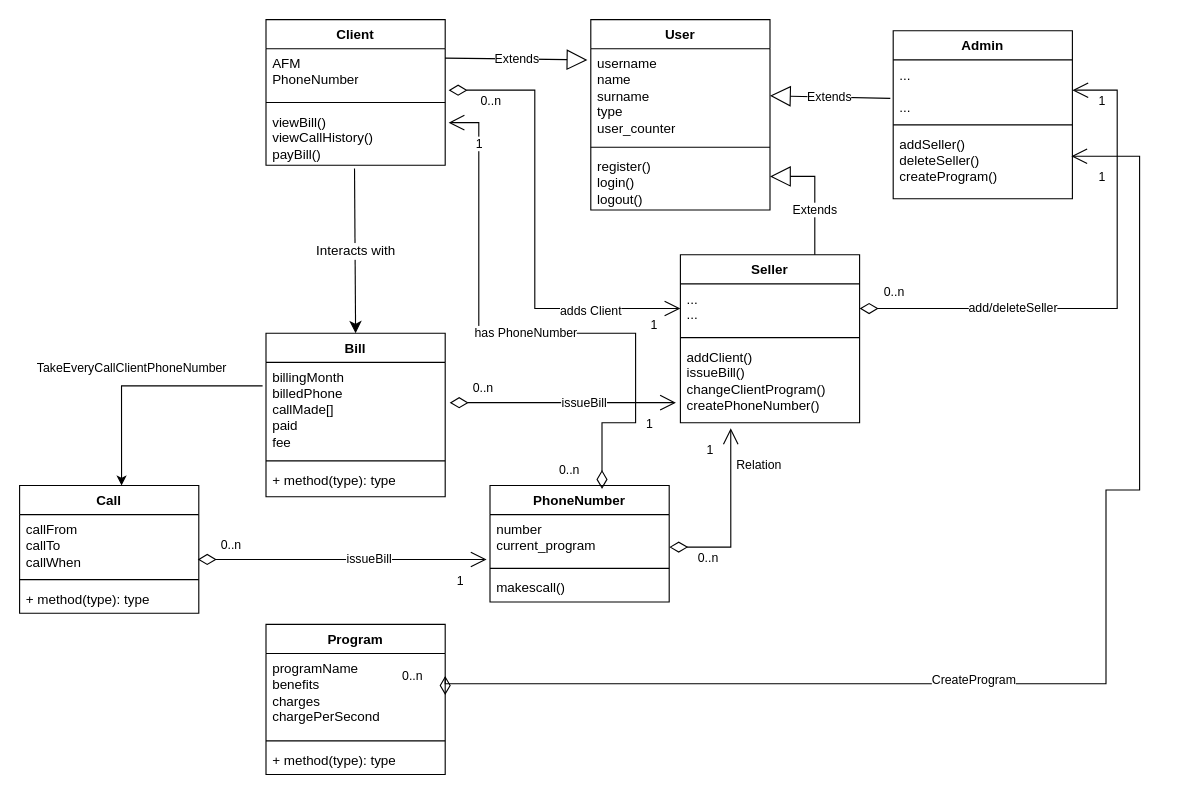
Before: Diagram.drawio in dimitry-lzs/webProgramming, a draw.io diagram. Source tidied: cells renumbered, new cells numbered last; positions are measured from the earlier drawing's top-left corner, leaving out a move shared by most shapes. Both pictures are drawn from the tidied source at 112%, with x=0, y=0 at pixel (19, 19).
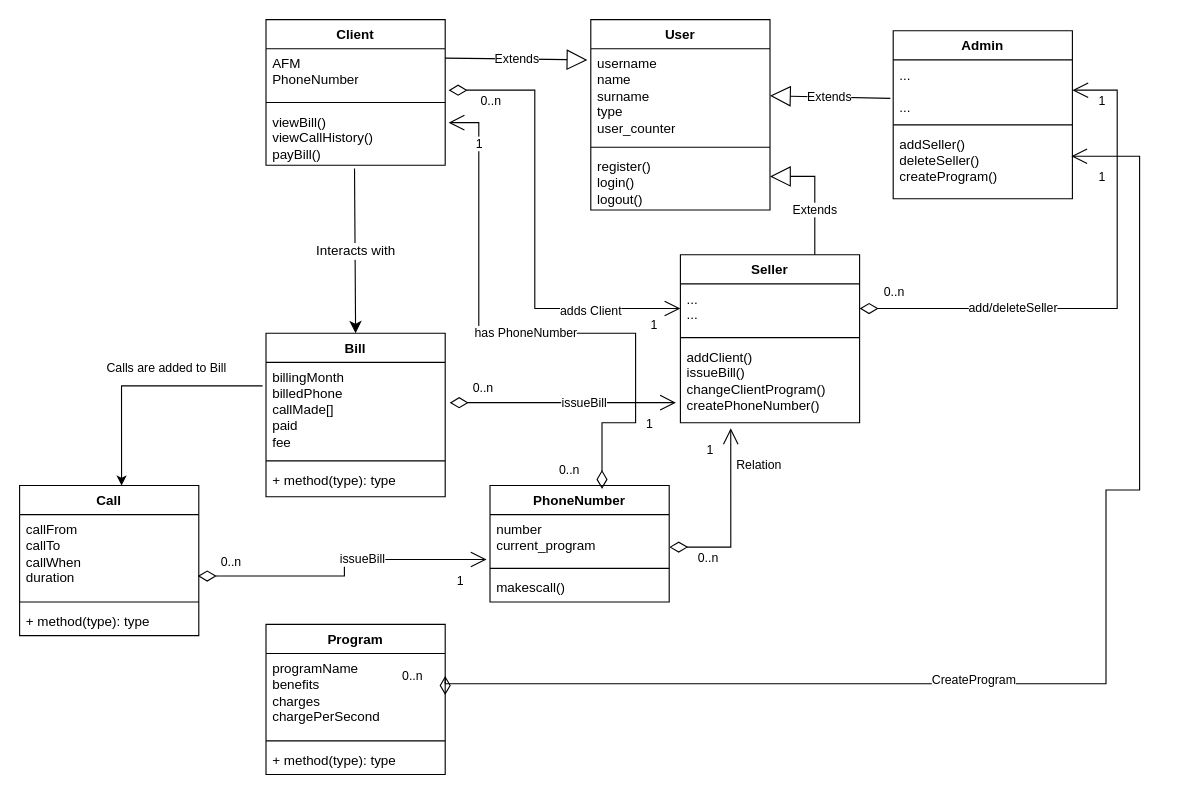
The same page after the edit.

Unchanged cells that the change refers to:
```xml
<mxCell id="60" style="endArrow=classic;html=1;rounded=0;entryX=0.569;entryY=0;entryDx=0;entryDy=0;entryPerimeter=0;exitX=-0.019;exitY=0.25;exitDx=0;exitDy=0;exitPerimeter=0;" parent="1" edge="1" source="34" target="29">
  <mxGeometry relative="1" as="geometry">
    <Array as="points">
      <mxPoint x="91" y="327" />
    </Array>
  </mxGeometry>
</mxCell>
```

Change to the diagram source:
```diff
@@
     <mxCell id="29" value="Call" style="swimlane;fontStyle=1;align=center;verticalAlign=top;horizontal=1;startSize=26;whiteSpace=wrap;html=1;" parent="1" vertex="1">
-      <mxGeometry y="416" width="160" height="114" as="geometry" />
+      <mxGeometry y="416" width="160" height="134" as="geometry" />
     </mxCell>
-    <mxCell id="30" value="callFrom&lt;div&gt;callTo&lt;/div&gt;&lt;div&gt;callWhen&lt;/div&gt;" style="text;strokeColor=none;fillColor=none;align=left;verticalAlign=top;spacingLeft=4;spacingRight=4;overflow=hidden;points=[[0,0.5],[1,0.5]];portConstraint=eastwest;whiteSpace=wrap;html=1;" parent="29" vertex="1">
-      <mxGeometry y="26" width="160" height="54" as="geometry" />
+    <mxCell id="30" value="callFrom&lt;div&gt;callTo&lt;/div&gt;&lt;div&gt;callWhen&lt;/div&gt;&lt;div&gt;duration&lt;/div&gt;" style="text;strokeColor=none;fillColor=none;align=left;verticalAlign=top;spacingLeft=4;spacingRight=4;overflow=hidden;points=[[0,0.5],[1,0.5]];portConstraint=eastwest;whiteSpace=wrap;html=1;" parent="29" vertex="1">
+      <mxGeometry y="26" width="160" height="74" as="geometry" />
     </mxCell>
     <mxCell id="31" style="line;strokeWidth=1;fillColor=none;align=left;verticalAlign=middle;spacingTop=-1;spacingLeft=3;spacingRight=3;labelPosition=right;strokeColor=inherit;" parent="29" vertex="1">
-      <mxGeometry y="80" width="160" height="8" as="geometry" />
+      <mxGeometry y="100" width="160" height="8" as="geometry" />
     </mxCell>
     <mxCell id="32" value="+ method(type): type" style="text;strokeColor=none;fillColor=none;align=left;verticalAlign=top;spacingLeft=4;spacingRight=4;overflow=hidden;whiteSpace=wrap;html=1;" parent="29" vertex="1">
-      <mxGeometry y="88" width="160" height="26" as="geometry" />
+      <mxGeometry y="108" width="160" height="26" as="geometry" />
     </mxCell>
@@
-    <mxCell id="61" value="TakeEveryCallClientPhoneNumber" style="edgeLabel;html=1;align=center;verticalAlign=middle;" parent="60" vertex="1">
+    <mxCell id="61" value="Calls are added to Bill" style="edgeLabel;html=1;align=center;verticalAlign=middle;" parent="60" vertex="1">
       <mxGeometry relative="1" as="geometry">
-        <mxPoint x="-10" y="-17" as="offset" />
+        <mxPoint x="21" y="-17" as="offset" />
       </mxGeometry>
     </mxCell>
```
